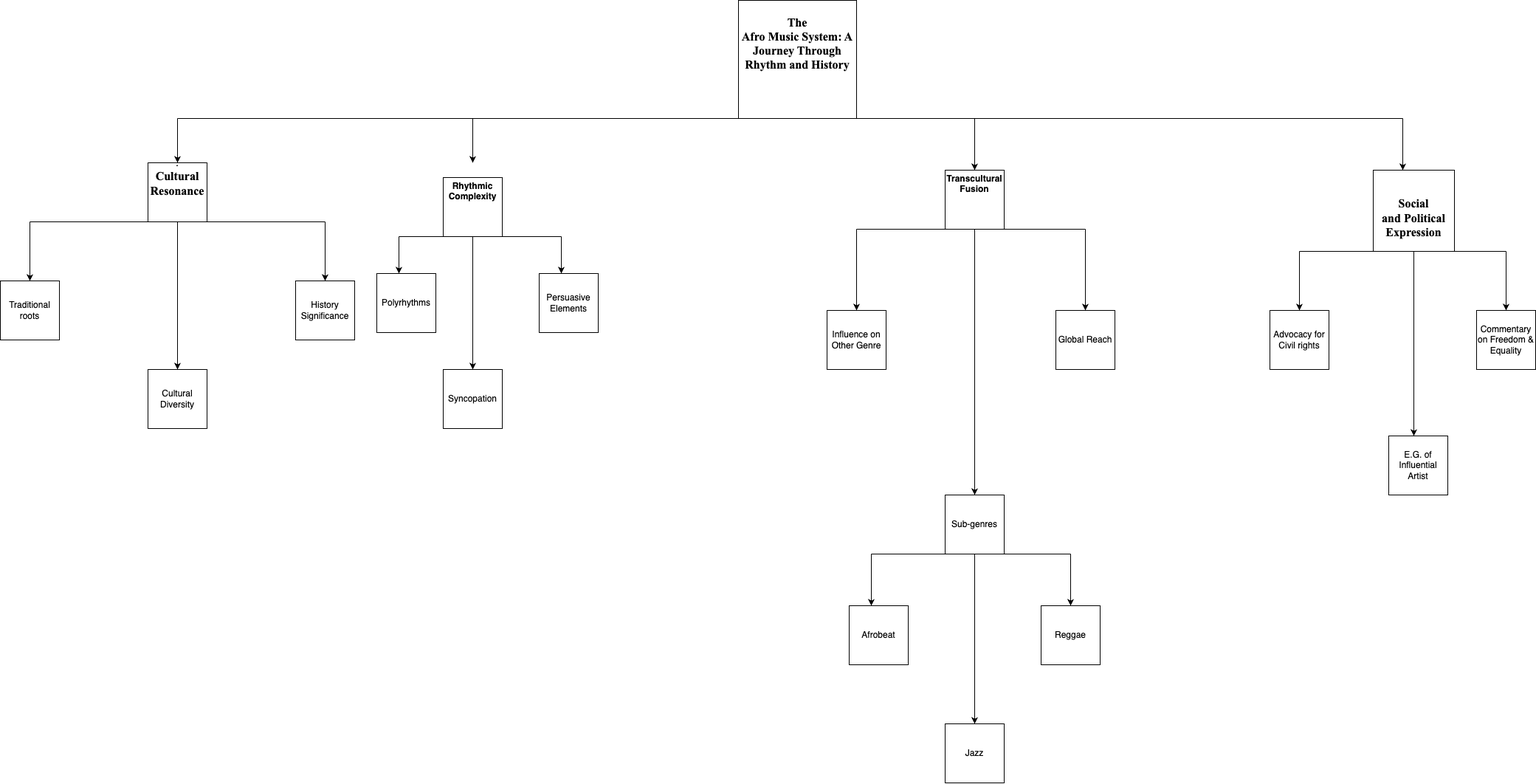
Earlier version of the draw.io export AFM.drawio.png (Kai39d/Hello-World). Source tidied: cells renumbered, new cells last; positions are measured from the earlier drawing's top-left corner, leaving out a move shared by most shapes.
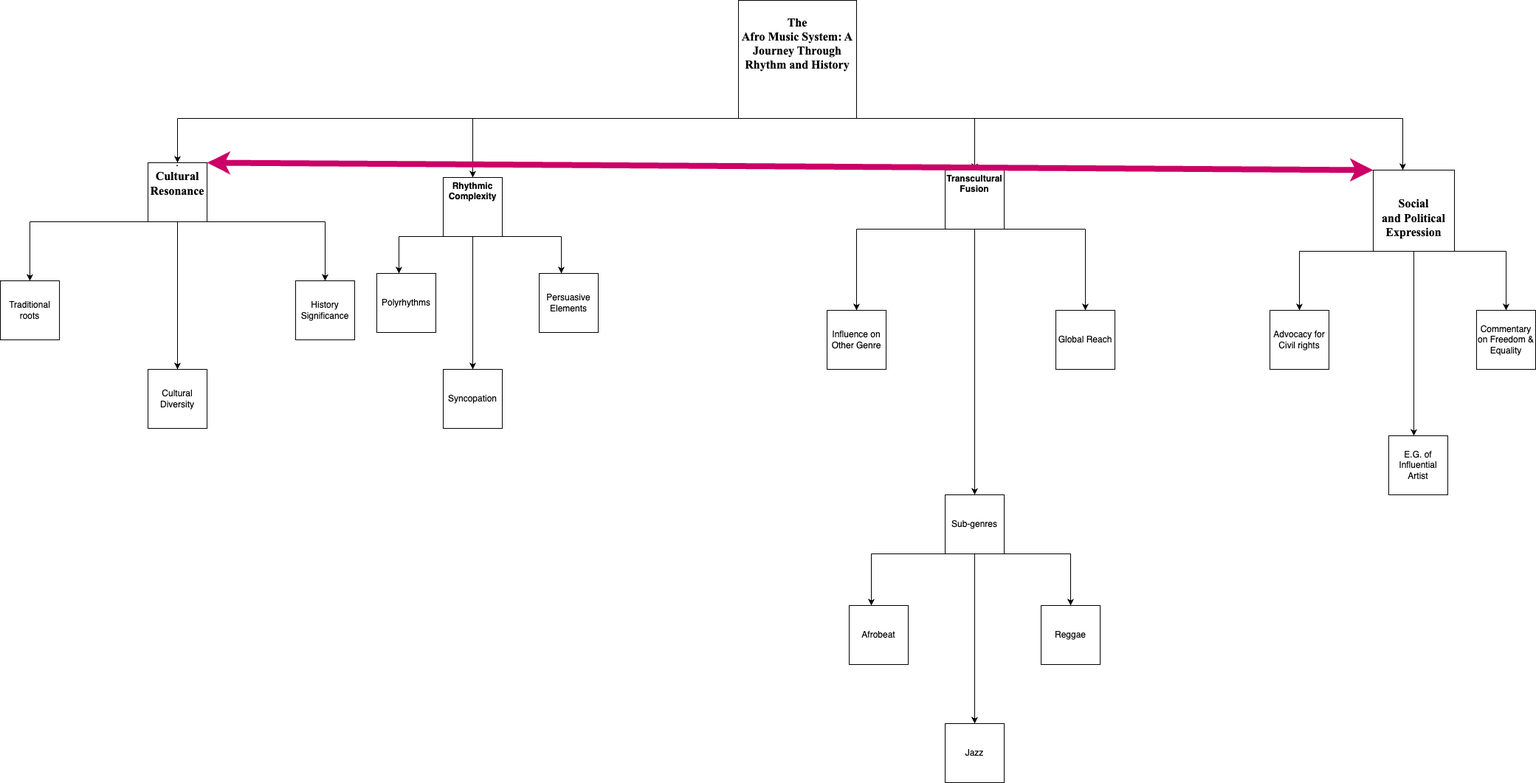
After the change.

What changed in the source:
```diff
@@ -21,10 +21,9 @@
     <mxCell id="6" value="&#10;&#10;&#10;&lt;p class=&quot;MsoNormal&quot;&gt;&lt;b&gt;Rhythmic Complexity&lt;/b&gt;&lt;/p&gt;&#10;&#10;&#10;&#10;&#10;&#10;" style="whiteSpace=wrap;html=1;" parent="2" vertex="1">
       <mxGeometry x="-40" y="240" width="80" height="80" as="geometry" />
     </mxCell>
-    <mxCell id="7" style="endArrow=classic;html=1;rounded=0;" parent="2" edge="1">
+    <mxCell id="7" style="endArrow=classic;html=1;rounded=0;entryX=0.5;entryY=0;entryDx=0;entryDy=0;" parent="2" edge="1" target="6">
       <mxGeometry relative="1" as="geometry">
         <mxPoint y="160" as="sourcePoint" />
-        <mxPoint y="220" as="targetPoint" />
       </mxGeometry>
     </mxCell>
     <mxCell id="8" style="endArrow=classic;html=1;rounded=0;entryX=0.5;entryY=0;entryDx=0;entryDy=0;" parent="2" edge="1" target="24">
@@ -236,5 +235,8 @@
     <mxCell id="53" value="Jazz" style="whiteSpace=wrap;html=1;" parent="1" vertex="1">
       <mxGeometry x="1280" y="980" width="80" height="80" as="geometry" />
     </mxCell>
+    <mxCell id="54" style="endArrow=classic;startArrow=classic;html=1;rounded=0;exitX=1;exitY=0;exitDx=0;exitDy=0;entryX=0;entryY=0;entryDx=0;entryDy=0;strokeWidth=8;strokeColor=#CC0066;" parent="1" edge="1" source="24" target="30">
+      <mxGeometry relative="1" as="geometry" />
+    </mxCell>
   </root>
 </mxGraphModel>
```
